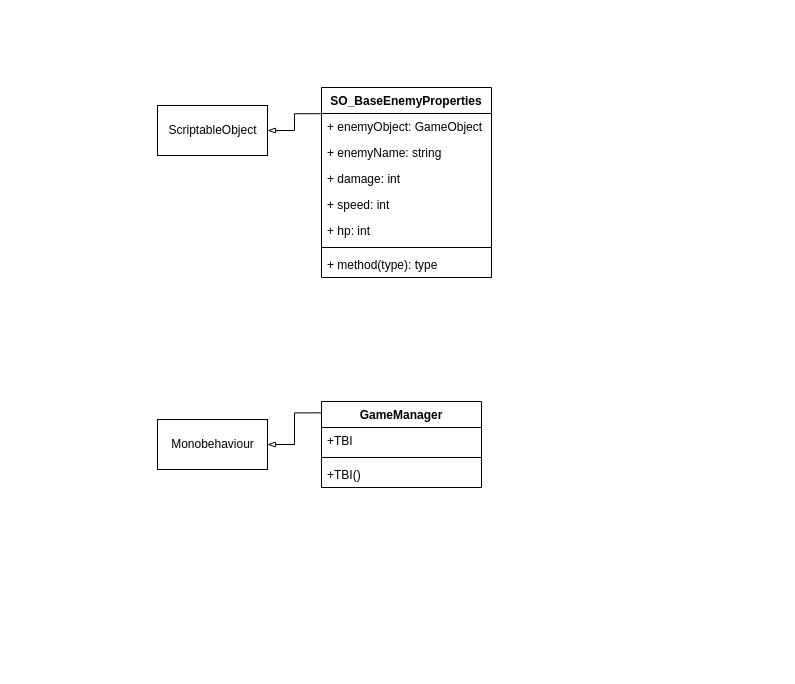
Before: UML_ClassDiagram.drawio in McYvar/Kernmodule-Architecture-Eindopdracht, a draw.io diagram. Source tidied: cells renumbered, new cells numbered last; positions are measured from the earlier drawing's top-left corner, leaving out a move shared by most shapes. Both pictures are drawn from the tidied source at 100%, with x=0, y=0 at pixel (157, 87).
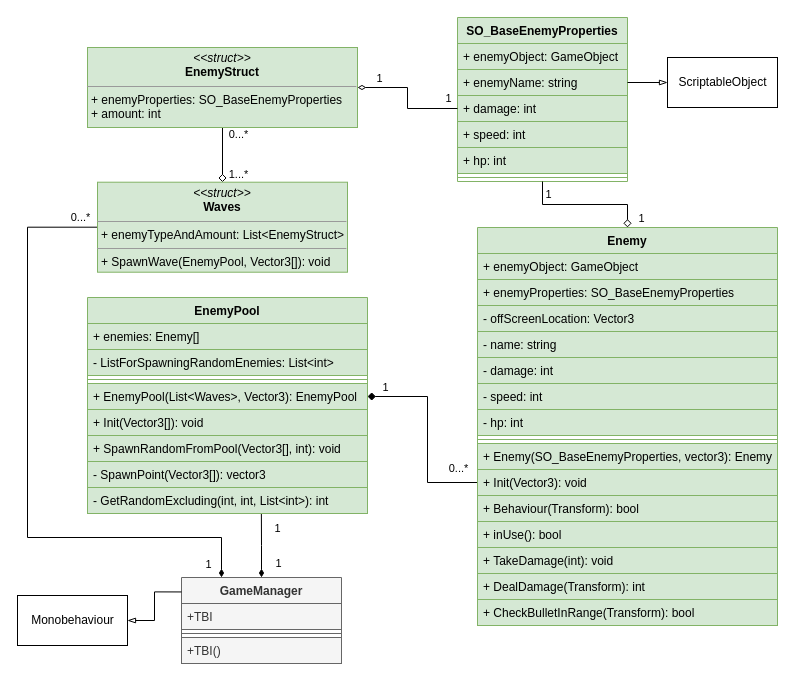
After the change.

Commit message (it also covers changes not shown here):
Finished my part of the UML-Class diagram

Change to the diagram source:
```diff
@@
+    <mxCell id="18" style="edgeStyle=orthogonalEdgeStyle;rounded=0;jettySize=auto;html=1;entryX=0.621;entryY=1.012;entryDx=0;entryDy=0;entryPerimeter=0;startArrow=diamondThin;startFill=1;endArrow=none;endFill=0;" parent="1" edge="1" source="2" target="43">
+      <mxGeometry relative="1" as="geometry" />
+    </mxCell>
+    <mxCell id="19" value="1" style="edgeLabel;html=1;align=center;verticalAlign=middle;" parent="18" vertex="1">
+      <mxGeometry x="-0.35" relative="1" as="geometry">
+        <mxPoint x="16" y="6" as="offset" />
+      </mxGeometry>
+    </mxCell>
+    <mxCell id="20" value="1" style="edgeLabel;html=1;align=center;verticalAlign=middle;" parent="18" vertex="1">
+      <mxGeometry x="0.69" relative="1" as="geometry">
+        <mxPoint x="16" y="4" as="offset" />
+      </mxGeometry>
+    </mxCell>
-    <mxCell id="2" value="GameManager" style="swimlane;fontStyle=1;align=center;verticalAlign=top;horizontal=1;startSize=26;" parent="1" vertex="1">
-      <mxGeometry x="164" y="314" width="160" height="86" as="geometry" />
+    <mxCell id="2" value="GameManager" style="swimlane;fontStyle=1;align=center;verticalAlign=top;horizontal=1;startSize=26;fillColor=#f5f5f5;fontColor=#333333;strokeColor=#666666;" parent="1" vertex="1">
+      <mxGeometry x="24" y="490" width="160" height="86" as="geometry" />
     </mxCell>
-    <mxCell id="3" value="+TBI" style="text;strokeColor=none;fillColor=none;align=left;verticalAlign=top;spacingLeft=4;spacingRight=4;overflow=hidden;" parent="2" vertex="1">
+    <mxCell id="3" value="+TBI" style="text;strokeColor=#666666;fillColor=#f5f5f5;align=left;verticalAlign=top;spacingLeft=4;spacingRight=4;overflow=hidden;fontColor=#333333;" parent="2" vertex="1">
       <mxGeometry y="26" width="160" height="26" as="geometry" />
     </mxCell>
-    <mxCell id="4" style="line;strokeWidth=1;fillColor=none;align=left;verticalAlign=middle;spacingTop=-1;spacingLeft=3;spacingRight=3;labelPosition=right;strokeColor=inherit;" parent="2" vertex="1">
+    <mxCell id="4" style="line;strokeWidth=1;fillColor=#f5f5f5;align=left;verticalAlign=middle;spacingTop=-1;spacingLeft=3;spacingRight=3;labelPosition=right;strokeColor=#666666;fontColor=#333333;" parent="2" vertex="1">
       <mxGeometry y="52" width="160" height="8" as="geometry" />
     </mxCell>
-    <mxCell id="5" value="+TBI()" style="text;strokeColor=none;fillColor=none;align=left;verticalAlign=top;spacingLeft=4;spacingRight=4;overflow=hidden;" parent="2" vertex="1">
+    <mxCell id="5" value="+TBI()" style="text;strokeColor=#666666;fillColor=#f5f5f5;align=left;verticalAlign=top;spacingLeft=4;spacingRight=4;overflow=hidden;fontColor=#333333;" parent="2" vertex="1">
       <mxGeometry y="60" width="160" height="26" as="geometry" />
     </mxCell>
-    <mxCell id="6" value="SO_BaseEnemyProperties" style="swimlane;fontStyle=1;align=center;verticalAlign=top;horizontal=1;startSize=26;labelBackgroundColor=default;" parent="1" vertex="1">
-      <mxGeometry x="164" width="170" height="190" as="geometry" />
+    <mxCell id="6" value="SO_BaseEnemyProperties" style="swimlane;fontStyle=1;align=center;verticalAlign=top;horizontal=1;startSize=26;labelBackgroundColor=none;fillColor=#d5e8d4;strokeColor=#82b366;" parent="1" vertex="1">
+      <mxGeometry x="300" y="-70" width="170" height="164" as="geometry" />
     </mxCell>
-    <mxCell id="7" value="+ enemyObject: GameObject" style="text;align=left;verticalAlign=top;spacingLeft=4;spacingRight=4;overflow=hidden;labelBackgroundColor=default;" parent="6" vertex="1">
+    <mxCell id="7" value="+ enemyObject: GameObject" style="text;align=left;verticalAlign=top;spacingLeft=4;spacingRight=4;overflow=hidden;labelBackgroundColor=none;fillColor=#d5e8d4;strokeColor=#82b366;" parent="6" vertex="1">
       <mxGeometry y="26" width="170" height="26" as="geometry" />
     </mxCell>
-    <mxCell id="8" value="+ enemyName: string" style="text;strokeColor=none;fillColor=none;align=left;verticalAlign=top;spacingLeft=4;spacingRight=4;overflow=hidden;points=[[0,0.5],[1,0.5]];portConstraint=eastwest;labelBackgroundColor=none;" parent="6" vertex="1">
+    <mxCell id="8" value="+ enemyName: string" style="text;strokeColor=#82b366;fillColor=#d5e8d4;align=left;verticalAlign=top;spacingLeft=4;spacingRight=4;overflow=hidden;points=[[0,0.5],[1,0.5]];portConstraint=eastwest;labelBackgroundColor=none;" parent="6" vertex="1">
       <mxGeometry y="52" width="170" height="26" as="geometry" />
     </mxCell>
-    <mxCell id="9" value="+ damage: int" style="text;strokeColor=none;fillColor=none;align=left;verticalAlign=top;spacingLeft=4;spacingRight=4;overflow=hidden;points=[[0,0.5],[1,0.5]];portConstraint=eastwest;labelBackgroundColor=none;" parent="6" vertex="1">
+    <mxCell id="9" value="+ damage: int" style="text;strokeColor=#82b366;fillColor=#d5e8d4;align=left;verticalAlign=top;spacingLeft=4;spacingRight=4;overflow=hidden;points=[[0,0.5],[1,0.5]];portConstraint=eastwest;labelBackgroundColor=none;" parent="6" vertex="1">
       <mxGeometry y="78" width="170" height="26" as="geometry" />
     </mxCell>
-    <mxCell id="10" value="+ speed: int" style="text;strokeColor=none;fillColor=none;align=left;verticalAlign=top;spacingLeft=4;spacingRight=4;overflow=hidden;labelBackgroundColor=none;" parent="6" vertex="1">
+    <mxCell id="10" value="+ speed: int" style="text;strokeColor=#82b366;fillColor=#d5e8d4;align=left;verticalAlign=top;spacingLeft=4;spacingRight=4;overflow=hidden;labelBackgroundColor=none;" parent="6" vertex="1">
       <mxGeometry y="104" width="170" height="26" as="geometry" />
     </mxCell>
-    <mxCell id="11" value="+ hp: int" style="text;strokeColor=none;fillColor=none;align=left;verticalAlign=top;spacingLeft=4;spacingRight=4;overflow=hidden;labelBackgroundColor=none;" parent="6" vertex="1">
+    <mxCell id="11" value="+ hp: int" style="text;strokeColor=#82b366;fillColor=#d5e8d4;align=left;verticalAlign=top;spacingLeft=4;spacingRight=4;overflow=hidden;labelBackgroundColor=none;" parent="6" vertex="1">
       <mxGeometry y="130" width="170" height="26" as="geometry" />
     </mxCell>
-    <mxCell id="12" style="line;strokeWidth=1;align=left;verticalAlign=middle;spacingTop=-1;spacingLeft=3;spacingRight=3;labelPosition=right;labelBackgroundColor=default;" parent="6" vertex="1">
+    <mxCell id="12" style="line;strokeWidth=1;align=left;verticalAlign=middle;spacingTop=-1;spacingLeft=3;spacingRight=3;labelPosition=right;labelBackgroundColor=none;fillColor=#d5e8d4;strokeColor=#82b366;" parent="6" vertex="1">
       <mxGeometry y="156" width="170" height="8" as="geometry" />
     </mxCell>
-    <mxCell id="13" value="+ method(type): type" style="text;align=left;verticalAlign=top;spacingLeft=4;spacingRight=4;overflow=hidden;labelBackgroundColor=default;" parent="6" vertex="1">
-      <mxGeometry y="164" width="170" height="26" as="geometry" />
-    </mxCell>
-    <mxCell id="14" style="edgeStyle=orthogonalEdgeStyle;rounded=0;jettySize=auto;html=1;entryX=0.002;entryY=0.132;entryDx=0;entryDy=0;entryPerimeter=0;endArrow=none;endFill=0;startArrow=blockThin;startFill=0;" parent="1" edge="1" source="15" target="2">
+    <mxCell id="14" style="edgeStyle=orthogonalEdgeStyle;rounded=0;jettySize=auto;html=1;entryX=0;entryY=0.168;entryDx=0;entryDy=0;entryPerimeter=0;endArrow=none;endFill=0;startArrow=blockThin;startFill=0;" parent="1" edge="1" source="15" target="2">
       <mxGeometry relative="1" as="geometry" />
     </mxCell>
     <mxCell id="15" value="Monobehaviour" style="html=1;" parent="1" vertex="1">
-      <mxGeometry y="332" width="110" height="50" as="geometry" />
+      <mxGeometry x="-140" y="508" width="110" height="50" as="geometry" />
     </mxCell>
-    <mxCell id="16" style="edgeStyle=orthogonalEdgeStyle;rounded=0;jettySize=auto;html=1;entryX=-0.002;entryY=0.138;entryDx=0;entryDy=0;entryPerimeter=0;startArrow=blockThin;startFill=0;endArrow=none;endFill=0;" parent="1" edge="1" source="17" target="6">
+    <mxCell id="16" style="edgeStyle=orthogonalEdgeStyle;rounded=0;jettySize=auto;html=1;entryX=1;entryY=0.5;entryDx=0;entryDy=0;startArrow=blockThin;startFill=0;endArrow=none;endFill=0;" parent="1" edge="1" source="17" target="8">
       <mxGeometry relative="1" as="geometry" />
     </mxCell>
     <mxCell id="17" value="ScriptableObject" style="html=1;" parent="1" vertex="1">
-      <mxGeometry y="18" width="110" height="50" as="geometry" />
+      <mxGeometry x="510" y="-30" width="110" height="50" as="geometry" />
     </mxCell>
+    <mxCell id="21" style="edgeStyle=orthogonalEdgeStyle;rounded=0;jettySize=auto;html=1;entryX=0.5;entryY=1;entryDx=0;entryDy=0;startArrow=diamond;startFill=0;endArrow=none;endFill=0;" parent="1" edge="1" source="27" target="31">
+      <mxGeometry relative="1" as="geometry" />
+    </mxCell>
+    <mxCell id="22" value="0...*" style="edgeLabel;html=1;align=center;verticalAlign=middle;labelBackgroundColor=none;" parent="21" vertex="1">
+      <mxGeometry x="0.74" y="-2" relative="1" as="geometry">
+        <mxPoint x="13" as="offset" />
+      </mxGeometry>
+    </mxCell>
+    <mxCell id="23" value="1...*" style="edgeLabel;html=1;align=center;verticalAlign=middle;labelBackgroundColor=none;" parent="21" vertex="1">
+      <mxGeometry x="-0.7" y="3" relative="1" as="geometry">
+        <mxPoint x="18" as="offset" />
+      </mxGeometry>
+    </mxCell>
+    <mxCell id="24" style="edgeStyle=orthogonalEdgeStyle;rounded=0;jettySize=auto;html=1;entryX=0.25;entryY=0;entryDx=0;entryDy=0;startArrow=none;startFill=0;endArrow=diamondThin;endFill=1;" parent="1" edge="1" source="27" target="2">
+      <mxGeometry relative="1" as="geometry">
+        <Array as="points">
+          <mxPoint x="-130" y="140" />
+          <mxPoint x="-130" y="450" />
+          <mxPoint x="64" y="450" />
+        </Array>
+      </mxGeometry>
+    </mxCell>
+    <mxCell id="25" value="1" style="edgeLabel;html=1;align=center;verticalAlign=middle;labelBackgroundColor=none;" parent="24" vertex="1">
+      <mxGeometry x="0.93" y="1" relative="1" as="geometry">
+        <mxPoint x="-15" y="8" as="offset" />
+      </mxGeometry>
+    </mxCell>
+    <mxCell id="26" value="0...*" style="edgeLabel;html=1;align=center;verticalAlign=middle;labelBackgroundColor=none;" parent="24" vertex="1">
+      <mxGeometry x="-0.92" y="2" relative="1" as="geometry">
+        <mxPoint x="7" y="-12" as="offset" />
+      </mxGeometry>
+    </mxCell>
+    <mxCell id="27" value="&lt;p style=&quot;margin:0px;margin-top:4px;text-align:center;&quot;&gt;&lt;i&gt;&amp;lt;&amp;lt;struct&amp;gt;&amp;gt;&lt;/i&gt;&lt;br&gt;&lt;b&gt;Waves&lt;/b&gt;&lt;/p&gt;&lt;hr size=&quot;1&quot;&gt;&lt;p style=&quot;margin:0px;margin-left:4px;&quot;&gt;+ enemyTypeAndAmount: List&amp;lt;EnemyStruct&amp;gt;&lt;br&gt;&lt;/p&gt;&lt;hr size=&quot;1&quot;&gt;&lt;p style=&quot;margin:0px;margin-left:4px;&quot;&gt;+ SpawnWave(EnemyPool, Vector3[]): void&lt;br&gt;&lt;/p&gt;" style="verticalAlign=top;align=left;overflow=fill;fontSize=12;fontFamily=Helvetica;html=1;fillColor=#d5e8d4;strokeColor=#82b366;" parent="1" vertex="1">
+      <mxGeometry x="-60" y="94.7" width="250" height="90" as="geometry" />
+    </mxCell>
+    <mxCell id="28" style="edgeStyle=orthogonalEdgeStyle;rounded=0;jettySize=auto;html=1;entryX=0;entryY=0.5;entryDx=0;entryDy=0;startArrow=diamondThin;startFill=0;endArrow=none;endFill=0;" parent="1" edge="1" source="31" target="9">
+      <mxGeometry relative="1" as="geometry" />
+    </mxCell>
+    <mxCell id="29" value="1" style="edgeLabel;html=1;align=center;verticalAlign=middle;labelBackgroundColor=none;" parent="28" vertex="1">
+      <mxGeometry x="-0.38" y="-1" relative="1" as="geometry">
+        <mxPoint x="-17" y="-11" as="offset" />
+      </mxGeometry>
+    </mxCell>
+    <mxCell id="30" value="1" style="edgeLabel;html=1;align=center;verticalAlign=middle;labelBackgroundColor=none;" parent="28" vertex="1">
+      <mxGeometry x="0.3" relative="1" as="geometry">
+        <mxPoint x="32" y="-11" as="offset" />
+      </mxGeometry>
+    </mxCell>
+    <mxCell id="31" value="&lt;p style=&quot;margin:0px;margin-top:4px;text-align:center;&quot;&gt;&lt;i&gt;&amp;lt;&amp;lt;struct&amp;gt;&amp;gt;&lt;/i&gt;&lt;br&gt;&lt;b&gt;EnemyStruct&lt;/b&gt;&lt;/p&gt;&lt;hr size=&quot;1&quot;&gt;&lt;p style=&quot;margin:0px;margin-left:4px;&quot;&gt;+ enemyProperties: SO_BaseEnemyProperties&lt;/p&gt;&lt;p style=&quot;margin:0px;margin-left:4px;&quot;&gt;+ amount: int&lt;/p&gt;" style="verticalAlign=top;align=left;overflow=fill;fontSize=12;fontFamily=Helvetica;html=1;fillColor=#d5e8d4;strokeColor=#82b366;" parent="1" vertex="1">
+      <mxGeometry x="-70" y="-40" width="270" height="80" as="geometry" />
+    </mxCell>
+    <mxCell id="32" style="edgeStyle=orthogonalEdgeStyle;jettySize=auto;html=1;entryX=0;entryY=0.5;entryDx=0;entryDy=0;endArrow=none;endFill=0;rounded=0;startArrow=diamond;startFill=1;exitX=1;exitY=0.5;exitDx=0;exitDy=0;" parent="1" edge="1" source="39" target="54">
+      <mxGeometry relative="1" as="geometry">
+        <Array as="points">
+          <mxPoint x="270" y="309" />
+          <mxPoint x="270" y="395" />
+        </Array>
+      </mxGeometry>
+    </mxCell>
+    <mxCell id="33" value="1" style="edgeLabel;html=1;align=center;verticalAlign=middle;labelBackgroundColor=none;" parent="32" vertex="1">
+      <mxGeometry x="-0.85" relative="1" as="geometry">
+        <mxPoint x="-2" y="-10" as="offset" />
+      </mxGeometry>
+    </mxCell>
+    <mxCell id="34" value="0...*" style="edgeLabel;html=1;align=center;verticalAlign=middle;labelBackgroundColor=none;" parent="32" vertex="1">
+      <mxGeometry x="0.87" y="1" relative="1" as="geometry">
+        <mxPoint x="-19" y="28" as="offset" />
+      </mxGeometry>
+    </mxCell>
+    <mxCell id="35" value="EnemyPool&#10;" style="swimlane;fontStyle=1;align=center;verticalAlign=top;horizontal=1;startSize=26;fillColor=#d5e8d4;strokeColor=#82b366;" parent="1" vertex="1">
+      <mxGeometry x="-70" y="210" width="280" height="216" as="geometry" />
+    </mxCell>
+    <mxCell id="36" value="+ enemies: Enemy[]" style="text;strokeColor=#82b366;fillColor=#d5e8d4;align=left;verticalAlign=top;spacingLeft=4;spacingRight=4;overflow=hidden;" parent="35" vertex="1">
+      <mxGeometry y="26" width="280" height="26" as="geometry" />
+    </mxCell>
+    <mxCell id="37" value="- ListForSpawningRandomEnemies: List&lt;int&gt;" style="text;strokeColor=#82b366;fillColor=#d5e8d4;align=left;verticalAlign=top;spacingLeft=4;spacingRight=4;overflow=hidden;" parent="35" vertex="1">
+      <mxGeometry y="52" width="280" height="26" as="geometry" />
+    </mxCell>
+    <mxCell id="38" style="line;strokeWidth=1;fillColor=#d5e8d4;align=left;verticalAlign=middle;spacingTop=-1;spacingLeft=3;spacingRight=3;labelPosition=right;strokeColor=#82b366;" parent="35" vertex="1">
+      <mxGeometry y="78" width="280" height="8" as="geometry" />
+    </mxCell>
+    <mxCell id="39" value="+ EnemyPool(List&lt;Waves&gt;, Vector3): EnemyPool" style="text;strokeColor=#82b366;fillColor=#d5e8d4;align=left;verticalAlign=top;spacingLeft=4;spacingRight=4;overflow=hidden;points=[[0,0.5],[1,0.5]];portConstraint=eastwest;" parent="35" vertex="1">
+      <mxGeometry y="86" width="280" height="26" as="geometry" />
+    </mxCell>
+    <mxCell id="40" value="+ Init(Vector3[]): void" style="text;strokeColor=#82b366;fillColor=#d5e8d4;align=left;verticalAlign=top;spacingLeft=4;spacingRight=4;overflow=hidden;" parent="35" vertex="1">
+      <mxGeometry y="112" width="280" height="26" as="geometry" />
+    </mxCell>
+    <mxCell id="41" value="+ SpawnRandomFromPool(Vector3[], int): void" style="text;strokeColor=#82b366;fillColor=#d5e8d4;align=left;verticalAlign=top;spacingLeft=4;spacingRight=4;overflow=hidden;" parent="35" vertex="1">
+      <mxGeometry y="138" width="280" height="26" as="geometry" />
+    </mxCell>
+    <mxCell id="42" value="- SpawnPoint(Vector3[]): vector3" style="text;strokeColor=#82b366;fillColor=#d5e8d4;align=left;verticalAlign=top;spacingLeft=4;spacingRight=4;overflow=hidden;" parent="35" vertex="1">
+      <mxGeometry y="164" width="280" height="26" as="geometry" />
+    </mxCell>
+    <mxCell id="43" value="- GetRandomExcluding(int, int, List&lt;int&gt;): int" style="text;strokeColor=#82b366;fillColor=#d5e8d4;align=left;verticalAlign=top;spacingLeft=4;spacingRight=4;overflow=hidden;points=[[0,0.5],[1,0.5]];portConstraint=eastwest;" parent="35" vertex="1">
+      <mxGeometry y="190" width="280" height="26" as="geometry" />
+    </mxCell>
+    <mxCell id="44" style="edgeStyle=orthogonalEdgeStyle;rounded=0;jettySize=auto;html=1;startArrow=diamond;startFill=0;endArrow=none;endFill=0;entryX=0.5;entryY=1;entryDx=0;entryDy=0;" parent="1" edge="1" source="47" target="6">
+      <mxGeometry relative="1" as="geometry" />
+    </mxCell>
+    <mxCell id="45" value="1" style="edgeLabel;html=1;align=center;verticalAlign=middle;labelBackgroundColor=none;" parent="44" vertex="1">
+      <mxGeometry x="0.9" relative="1" as="geometry">
+        <mxPoint x="5" y="5" as="offset" />
+      </mxGeometry>
+    </mxCell>
+    <mxCell id="46" value="1" style="edgeLabel;html=1;align=center;verticalAlign=middle;labelBackgroundColor=none;" parent="44" vertex="1">
+      <mxGeometry x="-0.63" relative="1" as="geometry">
+        <mxPoint x="14" y="13" as="offset" />
+      </mxGeometry>
+    </mxCell>
+    <mxCell id="47" value="Enemy" style="swimlane;fontStyle=1;align=center;verticalAlign=top;horizontal=1;startSize=26;fillColor=#d5e8d4;strokeColor=#82b366;" parent="1" vertex="1">
+      <mxGeometry x="320" y="140" width="300" height="398" as="geometry" />
+    </mxCell>
+    <mxCell id="48" value="+ enemyObject: GameObject" style="text;strokeColor=#82b366;fillColor=#d5e8d4;align=left;verticalAlign=top;spacingLeft=4;spacingRight=4;overflow=hidden;" parent="47" vertex="1">
+      <mxGeometry y="26" width="300" height="26" as="geometry" />
+    </mxCell>
+    <mxCell id="49" value="+ enemyProperties: SO_BaseEnemyProperties" style="text;strokeColor=#82b366;fillColor=#d5e8d4;align=left;verticalAlign=top;spacingLeft=4;spacingRight=4;overflow=hidden;" parent="47" vertex="1">
+      <mxGeometry y="52" width="300" height="26" as="geometry" />
+    </mxCell>
+    <mxCell id="50" value="- offScreenLocation: Vector3" style="text;strokeColor=#82b366;fillColor=#d5e8d4;align=left;verticalAlign=top;spacingLeft=4;spacingRight=4;overflow=hidden;" parent="47" vertex="1">
+      <mxGeometry y="78" width="300" height="26" as="geometry" />
+    </mxCell>
+    <mxCell id="51" value="- name: string" style="text;strokeColor=#82b366;fillColor=#d5e8d4;align=left;verticalAlign=top;spacingLeft=4;spacingRight=4;overflow=hidden;" parent="47" vertex="1">
+      <mxGeometry y="104" width="300" height="26" as="geometry" />
+    </mxCell>
+    <mxCell id="52" value="- damage: int" style="text;strokeColor=#82b366;fillColor=#d5e8d4;align=left;verticalAlign=top;spacingLeft=4;spacingRight=4;overflow=hidden;" parent="47" vertex="1">
+      <mxGeometry y="130" width="300" height="26" as="geometry" />
+    </mxCell>
+    <mxCell id="53" value="- speed: int" style="text;strokeColor=#82b366;fillColor=#d5e8d4;align=left;verticalAlign=top;spacingLeft=4;spacingRight=4;overflow=hidden;" parent="47" vertex="1">
+      <mxGeometry y="156" width="300" height="26" as="geometry" />
+    </mxCell>
+    <mxCell id="54" value="- hp: int" style="text;strokeColor=#82b366;fillColor=#d5e8d4;align=left;verticalAlign=top;spacingLeft=4;spacingRight=4;overflow=hidden;points=[[0,0.5],[1,0.5]];portConstraint=eastwest;" parent="47" vertex="1">
+      <mxGeometry y="182" width="300" height="26" as="geometry" />
+    </mxCell>
+    <mxCell id="55" style="line;strokeWidth=1;fillColor=#d5e8d4;align=left;verticalAlign=middle;spacingTop=-1;spacingLeft=3;spacingRight=3;labelPosition=right;strokeColor=#82b366;" parent="47" vertex="1">
+      <mxGeometry y="208" width="300" height="8" as="geometry" />
+    </mxCell>
+    <mxCell id="56" value="+ Enemy(SO_BaseEnemyProperties, vector3): Enemy" style="text;strokeColor=#82b366;fillColor=#d5e8d4;align=left;verticalAlign=top;spacingLeft=4;spacingRight=4;overflow=hidden;" parent="47" vertex="1">
+      <mxGeometry y="216" width="300" height="26" as="geometry" />
+    </mxCell>
+    <mxCell id="57" value="+ Init(Vector3): void" style="text;strokeColor=#82b366;fillColor=#d5e8d4;align=left;verticalAlign=top;spacingLeft=4;spacingRight=4;overflow=hidden;" parent="47" vertex="1">
+      <mxGeometry y="242" width="300" height="26" as="geometry" />
+    </mxCell>
+    <mxCell id="58" value="+ Behaviour(Transform): bool" style="text;strokeColor=#82b366;fillColor=#d5e8d4;align=left;verticalAlign=top;spacingLeft=4;spacingRight=4;overflow=hidden;" parent="47" vertex="1">
+      <mxGeometry y="268" width="300" height="26" as="geometry" />
+    </mxCell>
+    <mxCell id="59" value="+ inUse(): bool" style="text;strokeColor=#82b366;fillColor=#d5e8d4;align=left;verticalAlign=top;spacingLeft=4;spacingRight=4;overflow=hidden;" parent="47" vertex="1">
+      <mxGeometry y="294" width="300" height="26" as="geometry" />
+    </mxCell>
+    <mxCell id="60" value="+ TakeDamage(int): void" style="text;strokeColor=#82b366;fillColor=#d5e8d4;align=left;verticalAlign=top;spacingLeft=4;spacingRight=4;overflow=hidden;" parent="47" vertex="1">
+      <mxGeometry y="320" width="300" height="26" as="geometry" />
+    </mxCell>
+    <mxCell id="61" value="+ DealDamage(Transform): int" style="text;strokeColor=#82b366;fillColor=#d5e8d4;align=left;verticalAlign=top;spacingLeft=4;spacingRight=4;overflow=hidden;" parent="47" vertex="1">
+      <mxGeometry y="346" width="300" height="26" as="geometry" />
+    </mxCell>
+    <mxCell id="62" value="+ CheckBulletInRange(Transform): bool" style="text;strokeColor=#82b366;fillColor=#d5e8d4;align=left;verticalAlign=top;spacingLeft=4;spacingRight=4;overflow=hidden;" parent="47" vertex="1">
+      <mxGeometry y="372" width="300" height="26" as="geometry" />
+    </mxCell>
```
